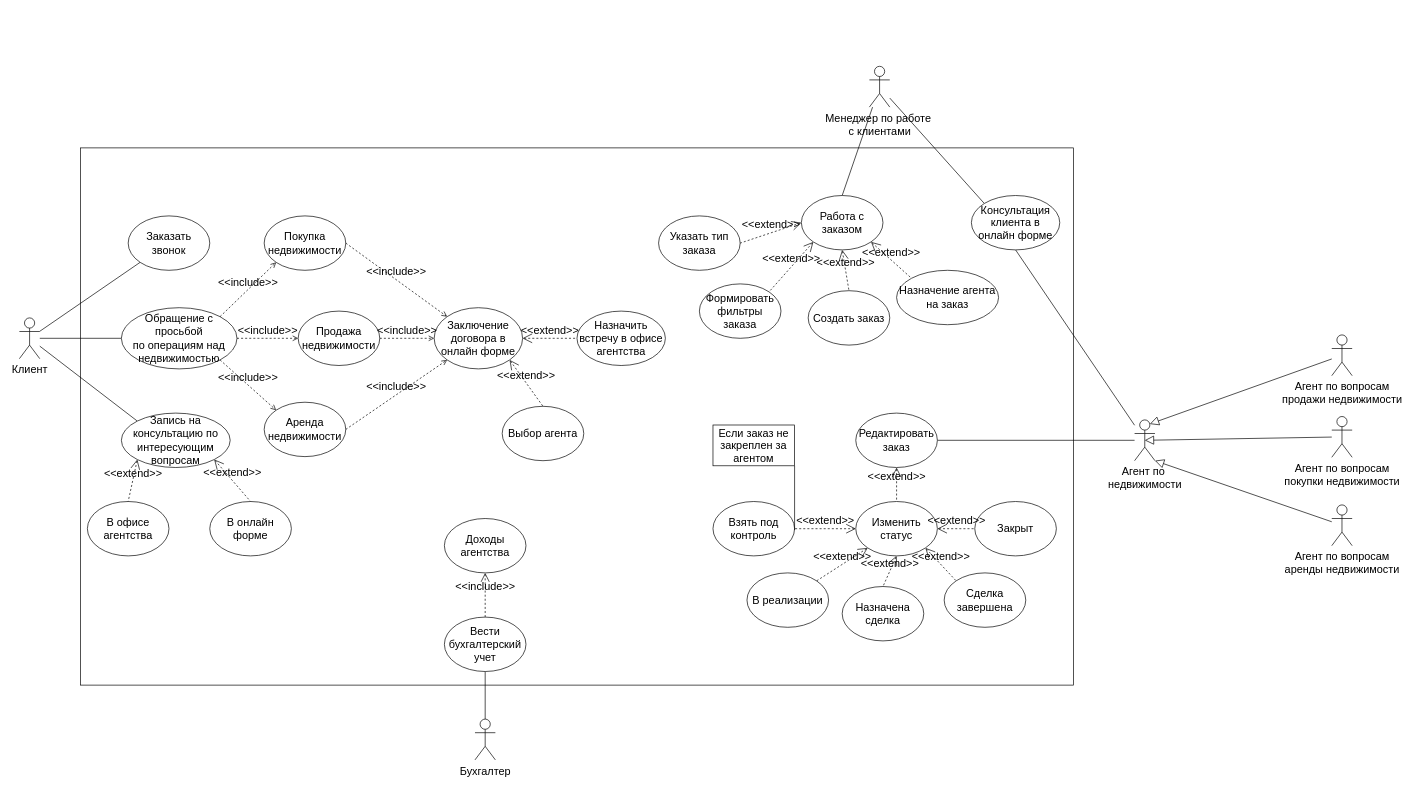
Before: agenstvo.drawio in VitaliiPopov00/Use-case-diagram, a draw.io diagram. Source tidied: cells renumbered, new cells numbered last; positions are measured from the earlier drawing's top-left corner, leaving out a move shared by most shapes. Both pictures are drawn from the tidied source at 68%, with x=0, y=0 at pixel (19, 66).
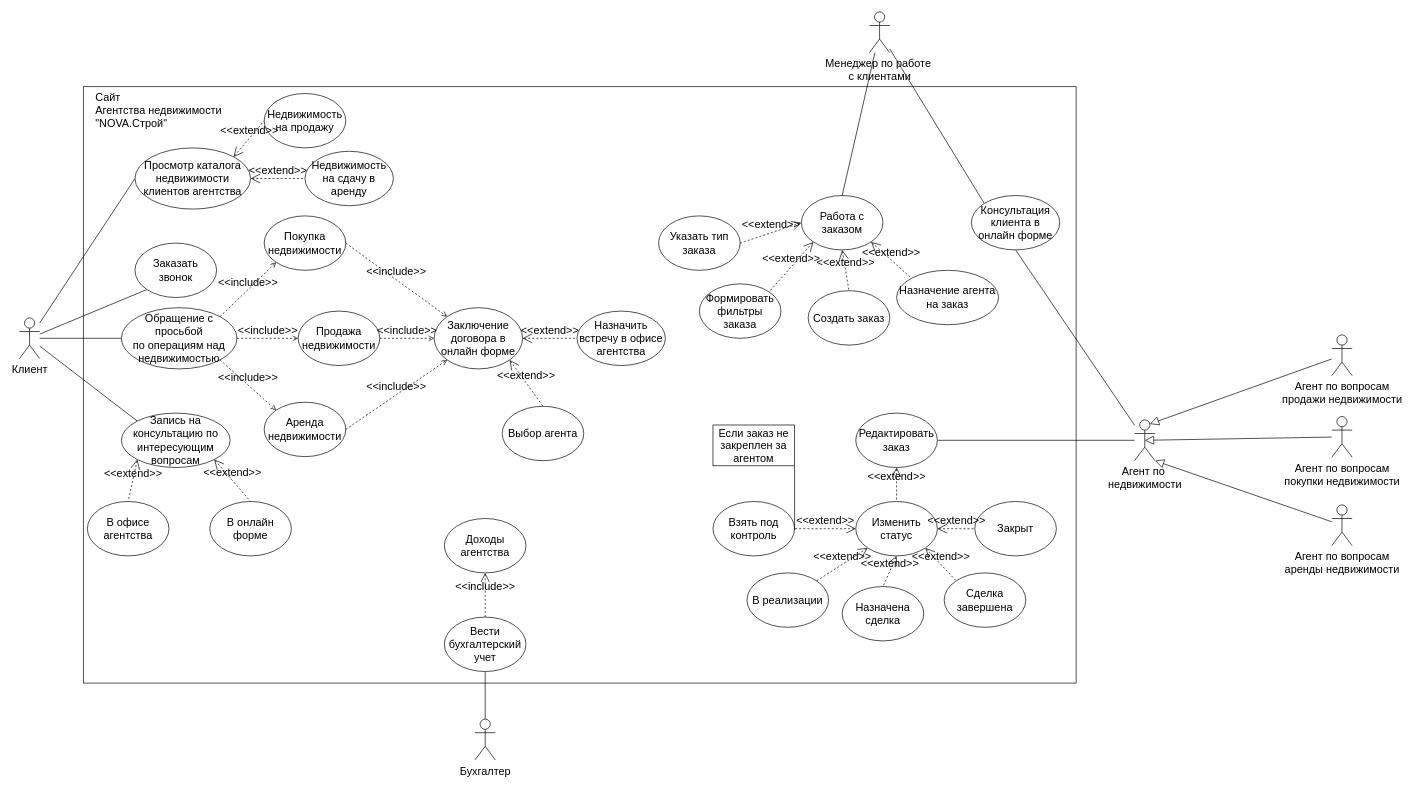
The same diagram, later.

Unchanged cells that the change refers to:
```xml
<mxCell id="6" value="Клиент&lt;br style=&quot;font-size: 16px;&quot;&gt;" style="shape=umlActor;verticalLabelPosition=bottom;verticalAlign=top;html=1;outlineConnect=0;fontSize=16;" parent="1" vertex="1">
  <mxGeometry y="370" width="30" height="60" as="geometry" />
</mxCell>
```

Diff of the diagram source:
```diff
@@
     <mxCell id="2" style="rounded=0;whiteSpace=wrap;html=1;fontSize=16;" parent="1" vertex="1">
-      <mxGeometry x="90" y="120" width="1460" height="790" as="geometry" />
+      <mxGeometry x="94" y="30" width="1460" height="877" as="geometry" />
     </mxCell>
@@
+    <mxCell id="70" style="rounded=0;jettySize=auto;html=1;entryX=0;entryY=0.5;entryDx=0;entryDy=0;fontSize=16;endArrow=none;endFill=0;" parent="1" edge="1" source="6" target="72">
+      <mxGeometry relative="1" as="geometry" />
+    </mxCell>
@@
     <mxCell id="28" value="Менеджер по работе&amp;nbsp;&lt;br&gt;с клиентами" style="shape=umlActor;html=1;verticalLabelPosition=bottom;verticalAlign=top;align=center;fontSize=16;" parent="1" vertex="1">
-      <mxGeometry x="1250" width="30" height="60" as="geometry" />
+      <mxGeometry x="1250" y="-80" width="30" height="60" as="geometry" />
     </mxCell>
@@
     <mxCell id="69" value="Заказать звонок" style="ellipse;whiteSpace=wrap;html=1;fontSize=16;" parent="1" vertex="1">
-      <mxGeometry x="160" y="220" width="120" height="80" as="geometry" />
+      <mxGeometry x="170" y="260" width="120" height="80" as="geometry" />
     </mxCell>
+    <mxCell id="71" value="Сайт&amp;nbsp;&lt;br&gt;Агентства недвижимости &quot;NOVA.Строй&quot;" style="text;html=1;strokeColor=none;fillColor=none;align=left;verticalAlign=middle;whiteSpace=wrap;rounded=0;fontSize=16;" parent="1" vertex="1">
+      <mxGeometry x="110" y="30" width="270" height="70" as="geometry" />
+    </mxCell>
+    <mxCell id="72" value="Просмотр каталога недвижимости клиентов агентства" style="ellipse;whiteSpace=wrap;html=1;fontSize=16;" parent="1" vertex="1">
+      <mxGeometry x="170" y="120" width="170" height="90" as="geometry" />
+    </mxCell>
+    <mxCell id="73" value="Недвижимость на продажу" style="ellipse;whiteSpace=wrap;html=1;fontSize=16;" parent="1" vertex="1">
+      <mxGeometry x="360" y="40" width="120" height="80" as="geometry" />
+    </mxCell>
+    <mxCell id="74" value="&amp;lt;&amp;lt;extend&amp;gt;&amp;gt;" style="edgeStyle=none;html=1;startArrow=open;endArrow=none;startSize=12;verticalAlign=bottom;dashed=1;labelBackgroundColor=none;rounded=0;fontSize=16;entryX=0;entryY=0.5;entryDx=0;entryDy=0;exitX=1;exitY=0;exitDx=0;exitDy=0;" parent="1" edge="1" source="72" target="73">
+      <mxGeometry relative="1" as="geometry" />
+    </mxCell>
+    <mxCell id="75" value="Недвижимость на сдачу в аренду" style="ellipse;whiteSpace=wrap;html=1;fontSize=16;" parent="1" vertex="1">
+      <mxGeometry x="420" y="125" width="130" height="80" as="geometry" />
+    </mxCell>
+    <mxCell id="76" value="&amp;lt;&amp;lt;extend&amp;gt;&amp;gt;" style="edgeStyle=none;html=1;startArrow=open;endArrow=none;startSize=12;verticalAlign=bottom;dashed=1;labelBackgroundColor=none;rounded=0;fontSize=16;entryX=0;entryY=0.5;entryDx=0;entryDy=0;exitX=1;exitY=0.5;exitDx=0;exitDy=0;" parent="1" edge="1" source="72" target="75">
+      <mxGeometry relative="1" as="geometry" />
+    </mxCell>
```
